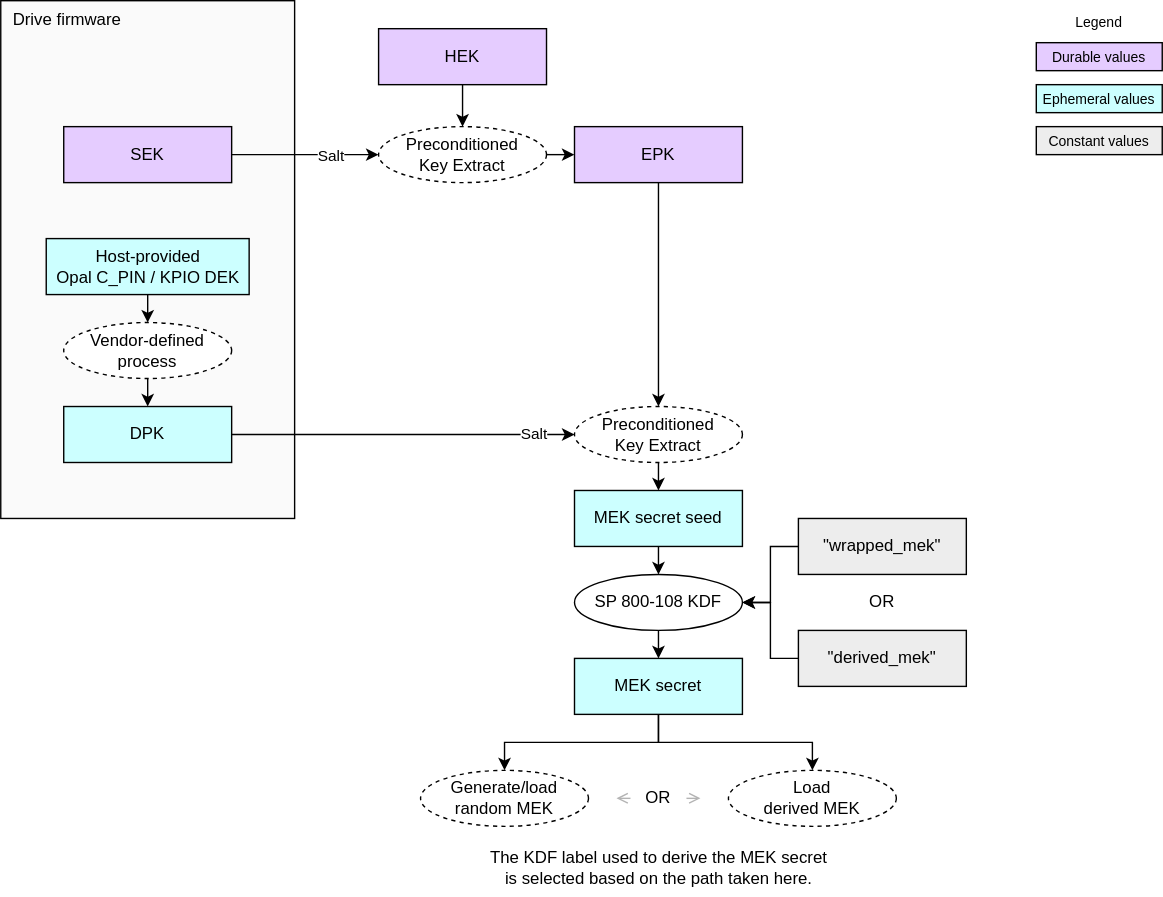
The draw.io diagram doc/ocp_lock/diagrams/mek_secret_derivation_no_mpks.drawio.svg in chipsalliance/Caliptra, before a commit. Source tidied: cells renumbered, new cells last; positions are measured from the earlier drawing's top-left corner, leaving out a move shared by most shapes.
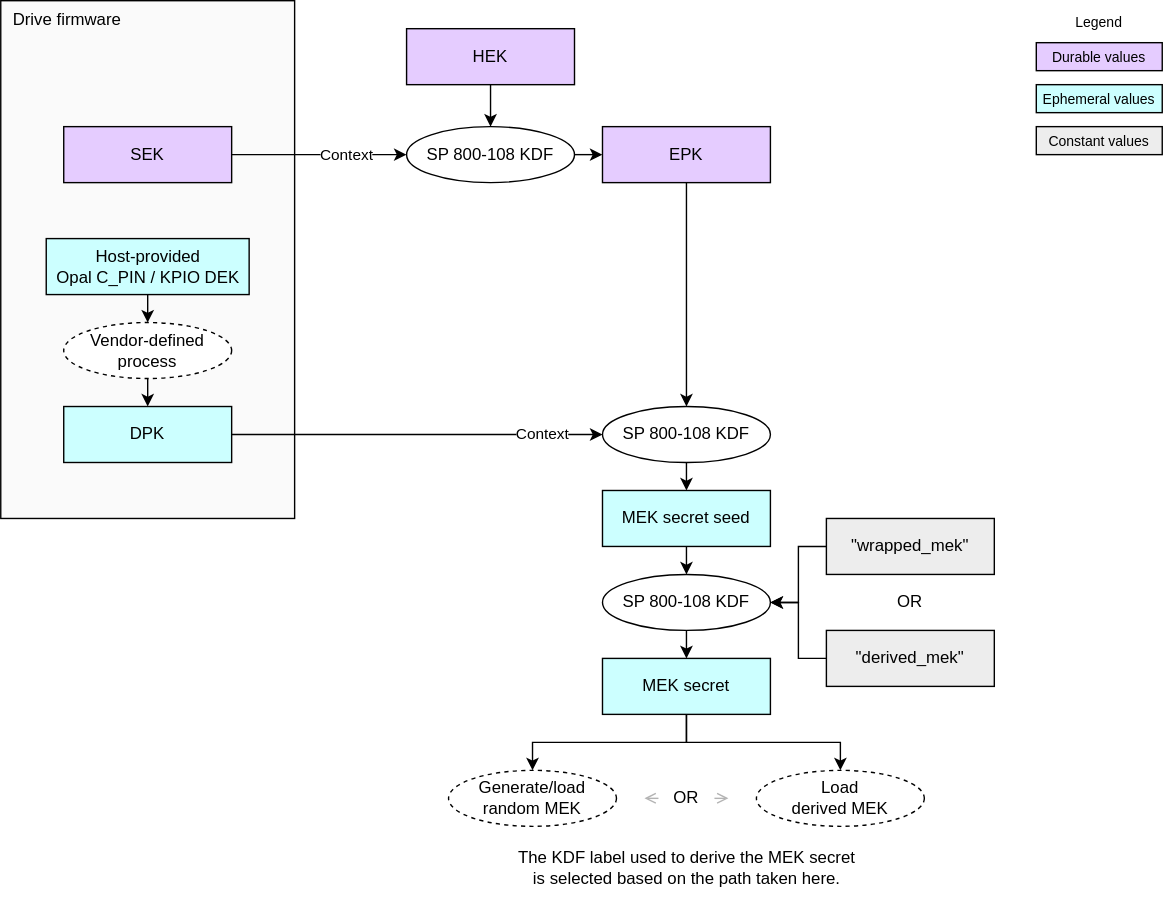
After the commit.

Commit message:
Simplify LOCK to avoid use of preconditioned-key-extract.

Diff of the diagram source:
```diff
@@ -3,16 +3,16 @@
     <mxCell id="0" />
     <mxCell id="1" parent="0" />
     <mxCell id="2" value="Drive firmware" style="rounded=0;whiteSpace=wrap;html=1;fillColor=#FAFAFA;strokeColor=#000000;align=left;verticalAlign=top;spacingLeft=7;" parent="1" vertex="1">
-      <mxGeometry width="210" height="370" as="geometry" />
+      <mxGeometry x="-20" width="210" height="370" as="geometry" />
     </mxCell>
     <mxCell id="3" value="&lt;div&gt;&lt;font color=&quot;#000000&quot;&gt;Durable values&lt;/font&gt;&lt;/div&gt;" style="rounded=0;whiteSpace=wrap;html=1;align=center;verticalAlign=middle;shadow=0;glass=0;spacingLeft=0;spacingBottom=0;spacingTop=0;fillColor=#E5CCFF;fontSize=10;" parent="1" vertex="1">
-      <mxGeometry x="740" y="30" width="90" height="20" as="geometry" />
+      <mxGeometry x="720" y="30" width="90" height="20" as="geometry" />
     </mxCell>
     <mxCell id="4" value="Legend" style="text;strokeColor=none;align=center;fillColor=none;html=1;verticalAlign=middle;whiteSpace=wrap;rounded=0;fontSize=10;" parent="1" vertex="1">
-      <mxGeometry x="755" width="60" height="30" as="geometry" />
+      <mxGeometry x="735" width="60" height="30" as="geometry" />
     </mxCell>
     <mxCell id="5" value="&lt;div&gt;&lt;font color=&quot;#000000&quot;&gt;Ephemeral values&lt;/font&gt;&lt;/div&gt;" style="rounded=0;whiteSpace=wrap;html=1;align=center;verticalAlign=middle;shadow=0;glass=0;spacingLeft=0;spacingBottom=0;spacingTop=0;fillColor=#CCFFFF;fontSize=10;" parent="1" vertex="1">
-      <mxGeometry x="740" y="60" width="90" height="20" as="geometry" />
+      <mxGeometry x="720" y="60" width="90" height="20" as="geometry" />
     </mxCell>
     <mxCell id="6" style="edgeStyle=none;html=1;exitX=0.5;exitY=1;exitDx=0;exitDy=0;entryX=0.5;entryY=0;entryDx=0;entryDy=0;" parent="1" edge="1" source="7" target="20">
       <mxGeometry relative="1" as="geometry" />
@@ -23,49 +23,49 @@
     <mxCell id="8" style="edgeStyle=none;html=1;exitX=1;exitY=0.5;exitDx=0;exitDy=0;entryX=0;entryY=0.5;entryDx=0;entryDy=0;" parent="1" edge="1" source="10" target="24">
       <mxGeometry relative="1" as="geometry" />
     </mxCell>
-    <mxCell id="9" value="Salt" style="edgeLabel;html=1;align=center;verticalAlign=middle;" parent="8" vertex="1">
+    <mxCell id="9" value="Context" style="edgeLabel;html=1;align=center;verticalAlign=middle;" parent="8" vertex="1">
       <mxGeometry x="0.63" y="1" relative="1" as="geometry">
-        <mxPoint x="15" as="offset" />
+        <mxPoint x="5" as="offset" />
       </mxGeometry>
     </mxCell>
     <mxCell id="10" value="&lt;div&gt;&lt;font color=&quot;#000000&quot;&gt;DPK&lt;/font&gt;&lt;/div&gt;" style="rounded=0;whiteSpace=wrap;html=1;align=center;verticalAlign=middle;shadow=0;glass=0;spacingLeft=0;spacingBottom=0;spacingTop=0;fillColor=#CCFFFF;" parent="1" vertex="1">
-      <mxGeometry x="45" y="290" width="120" height="40" as="geometry" />
+      <mxGeometry x="25" y="290" width="120" height="40" as="geometry" />
     </mxCell>
     <mxCell id="11" style="edgeStyle=orthogonalEdgeStyle;html=1;exitX=1;exitY=0.5;exitDx=0;exitDy=0;entryX=0;entryY=0.5;entryDx=0;entryDy=0;rounded=0;" parent="1" edge="1" source="13" target="20">
       <mxGeometry relative="1" as="geometry">
         <Array as="points">
-          <mxPoint x="200" y="110" />
-          <mxPoint x="200" y="110" />
+          <mxPoint x="180" y="110" />
+          <mxPoint x="180" y="110" />
         </Array>
       </mxGeometry>
     </mxCell>
-    <mxCell id="12" value="Salt" style="edgeLabel;html=1;align=center;verticalAlign=middle;" parent="11" vertex="1">
+    <mxCell id="12" value="Context" style="edgeLabel;html=1;align=center;verticalAlign=middle;" parent="11" vertex="1">
       <mxGeometry x="0.35" y="-3" relative="1" as="geometry">
-        <mxPoint x="-1" y="-3" as="offset" />
+        <mxPoint x="-4" y="-4" as="offset" />
       </mxGeometry>
     </mxCell>
     <mxCell id="13" value="&lt;div&gt;&lt;font color=&quot;#000000&quot;&gt;SEK&lt;/font&gt;&lt;/div&gt;" style="rounded=0;whiteSpace=wrap;html=1;align=center;verticalAlign=middle;shadow=0;glass=0;spacingLeft=0;spacingBottom=0;spacingTop=0;fillColor=#E5CCFF;" parent="1" vertex="1">
-      <mxGeometry x="45" y="90" width="120" height="40" as="geometry" />
+      <mxGeometry x="25" y="90" width="120" height="40" as="geometry" />
     </mxCell>
     <mxCell id="14" value="&lt;div&gt;&lt;font color=&quot;#000000&quot;&gt;Constant values&lt;/font&gt;&lt;/div&gt;" style="rounded=0;whiteSpace=wrap;html=1;align=center;verticalAlign=middle;shadow=0;glass=0;spacingLeft=0;spacingBottom=0;spacingTop=0;fillColor=#EDEDED;fontSize=10;" parent="1" vertex="1">
-      <mxGeometry x="740" y="90" width="90" height="20" as="geometry" />
+      <mxGeometry x="720" y="90" width="90" height="20" as="geometry" />
     </mxCell>
     <mxCell id="15" style="edgeStyle=none;html=1;exitX=0.5;exitY=1;exitDx=0;exitDy=0;entryX=0.5;entryY=0;entryDx=0;entryDy=0;" parent="1" edge="1" source="16" target="10">
       <mxGeometry relative="1" as="geometry" />
     </mxCell>
     <mxCell id="16" value="Vendor-defined process" style="ellipse;whiteSpace=wrap;html=1;fillColor=#FFFFFF;dashed=1;" parent="1" vertex="1">
-      <mxGeometry x="45" y="230" width="120" height="40" as="geometry" />
+      <mxGeometry x="25" y="230" width="120" height="40" as="geometry" />
     </mxCell>
     <mxCell id="17" style="edgeStyle=none;html=1;exitX=0.5;exitY=1;exitDx=0;exitDy=0;entryX=0.5;entryY=0;entryDx=0;entryDy=0;" parent="1" edge="1" source="18" target="16">
       <mxGeometry relative="1" as="geometry" />
     </mxCell>
     <mxCell id="18" value="&lt;div&gt;&lt;font color=&quot;#000000&quot;&gt;Host-provided&lt;/font&gt;&lt;/div&gt;&lt;div&gt;&lt;font color=&quot;#000000&quot;&gt;Opal C_PIN / KPIO DEK&lt;/font&gt;&lt;/div&gt;" style="rounded=0;whiteSpace=wrap;html=1;align=center;verticalAlign=middle;shadow=0;glass=0;spacingLeft=0;spacingBottom=0;spacingTop=0;fillColor=#CCFFFF;" parent="1" vertex="1">
-      <mxGeometry x="32.5" y="170" width="145" height="40" as="geometry" />
+      <mxGeometry x="12.5" y="170" width="145" height="40" as="geometry" />
     </mxCell>
     <mxCell id="19" style="edgeStyle=none;html=1;exitX=1;exitY=0.5;exitDx=0;exitDy=0;entryX=0;entryY=0.5;entryDx=0;entryDy=0;" parent="1" edge="1" source="20" target="22">
       <mxGeometry relative="1" as="geometry" />
     </mxCell>
-    <mxCell id="20" value="&lt;span style=&quot;color: rgb(0, 0, 0);&quot;&gt;Preconditioned&lt;/span&gt;&lt;div&gt;Key Extract&lt;/div&gt;" style="ellipse;whiteSpace=wrap;html=1;fillColor=#FFFFFF;dashed=1;" parent="1" vertex="1">
+    <mxCell id="20" value="SP 800-108 KDF" style="ellipse;whiteSpace=wrap;html=1;fillColor=#FFFFFF;" parent="1" vertex="1">
       <mxGeometry x="270" y="90" width="120" height="40" as="geometry" />
     </mxCell>
     <mxCell id="21" style="edgeStyle=none;html=1;exitX=0.5;exitY=1;exitDx=0;exitDy=0;entryX=0.5;entryY=0;entryDx=0;entryDy=0;" parent="1" edge="1" source="22" target="24">
@@ -77,7 +77,7 @@
     <mxCell id="23" style="edgeStyle=none;html=1;exitX=0.5;exitY=1;exitDx=0;exitDy=0;entryX=0.5;entryY=0;entryDx=0;entryDy=0;" parent="1" edge="1" source="24" target="26">
       <mxGeometry relative="1" as="geometry" />
     </mxCell>
-    <mxCell id="24" value="&lt;span style=&quot;color: rgb(0, 0, 0);&quot;&gt;Preconditioned&lt;/span&gt;&lt;div&gt;Key Extract&lt;/div&gt;" style="ellipse;whiteSpace=wrap;html=1;fillColor=#FFFFFF;dashed=1;" parent="1" vertex="1">
+    <mxCell id="24" value="SP 800-108 KDF" style="ellipse;whiteSpace=wrap;html=1;fillColor=#FFFFFF;" parent="1" vertex="1">
       <mxGeometry x="410" y="290" width="120" height="40" as="geometry" />
     </mxCell>
     <mxCell id="25" style="edgeStyle=none;html=1;exitX=0.5;exitY=1;exitDx=0;exitDy=0;entryX=0.5;entryY=0;entryDx=0;entryDy=0;" parent="1" edge="1" source="26" target="28">
```
